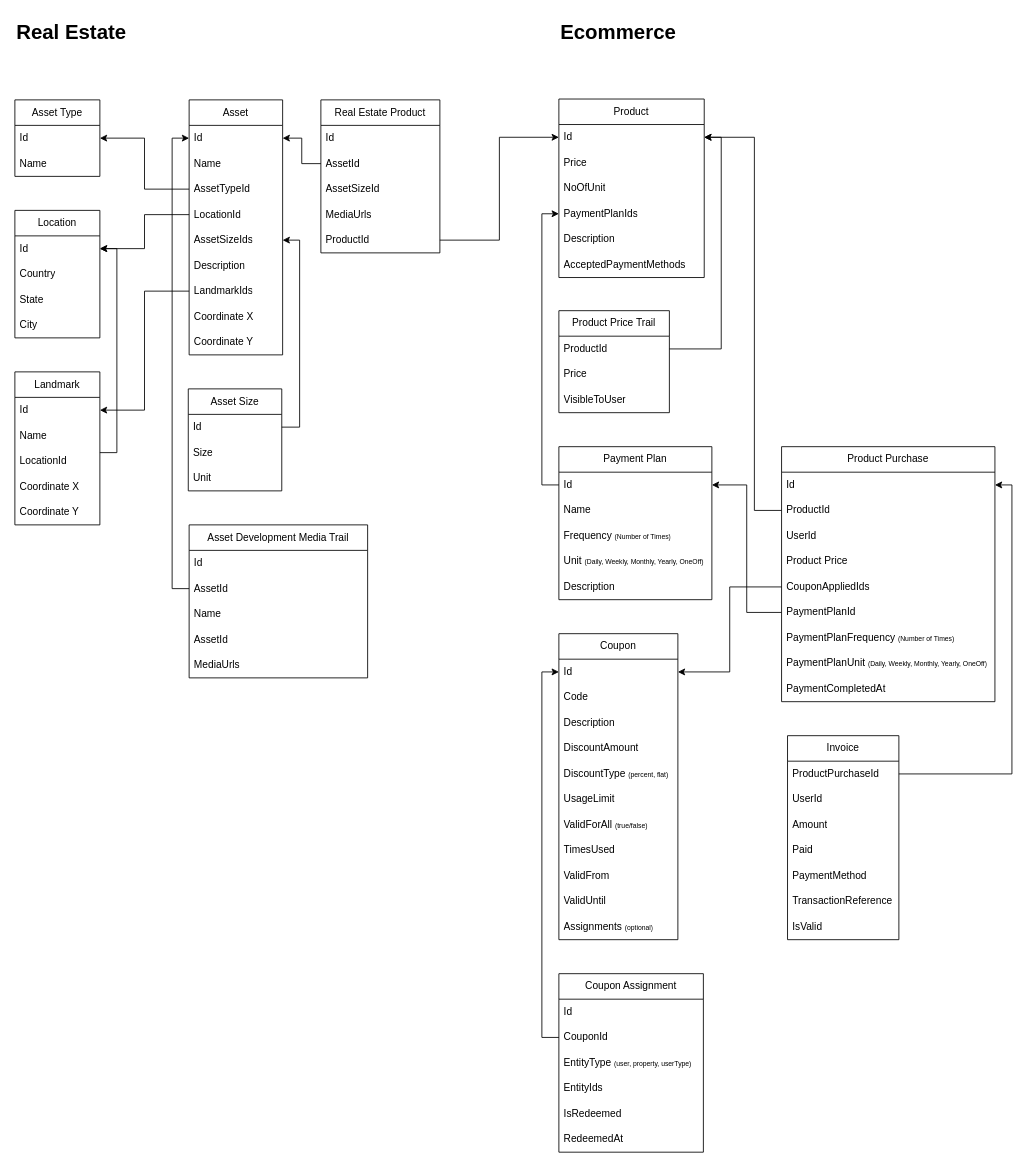
Before: sellperty.drawio in isaac-code/diagrams, a draw.io diagram. Source tidied: cells renumbered, new cells numbered last; positions are measured from the earlier drawing's top-left corner, leaving out a move shared by most shapes. Both pictures are drawn from the tidied source at 85%, with x=0, y=0 at pixel (14, 14).
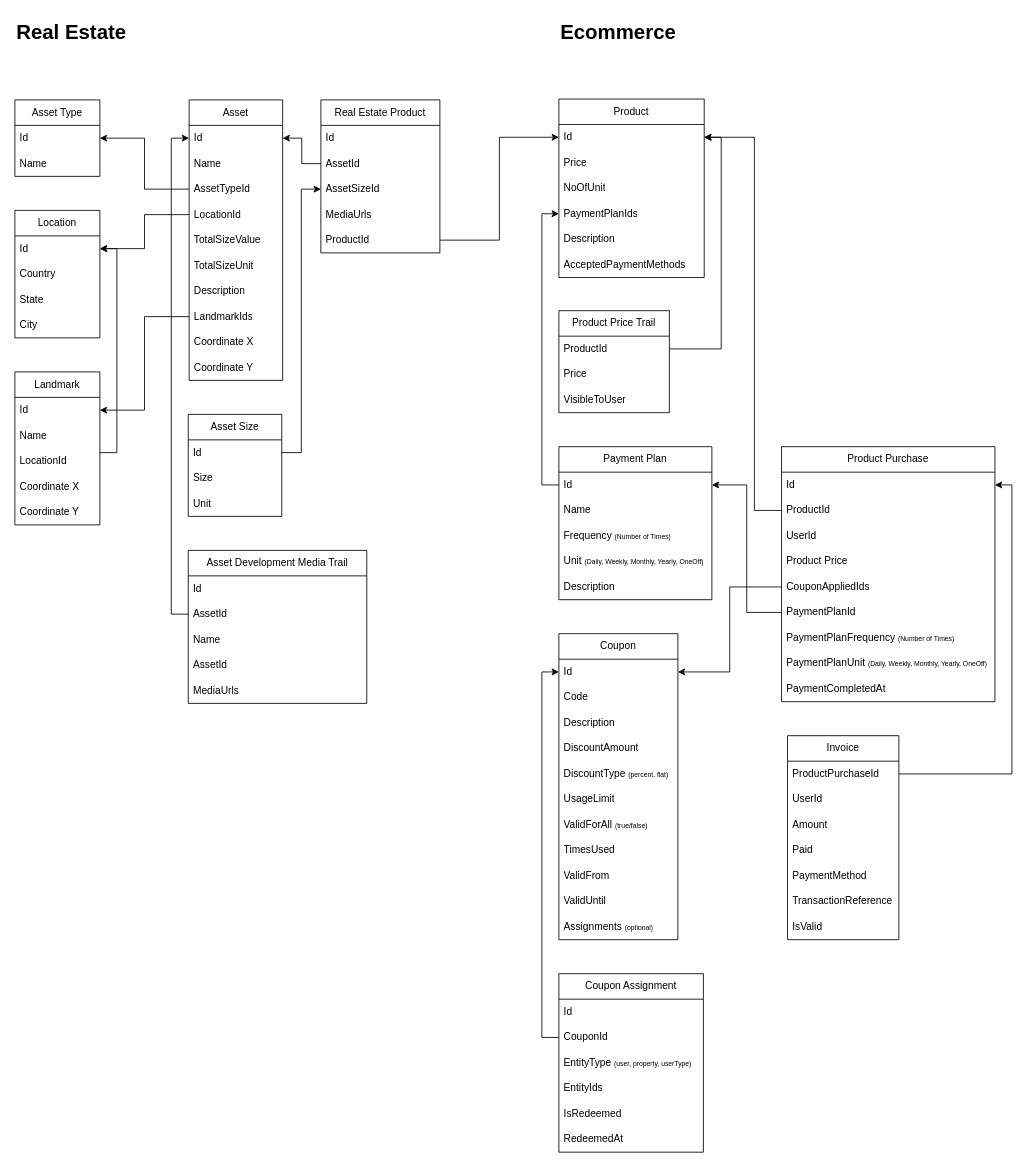
Above is the later version.

Commit message:
Add Total Size to Asset

Unchanged cells that the change refers to:
```xml
<mxCell id="21" value="Id" style="text;strokeColor=none;fillColor=none;align=left;verticalAlign=middle;spacingLeft=4;spacingRight=4;overflow=hidden;points=[[0,0.5],[1,0.5]];portConstraint=eastwest;whiteSpace=wrap;html=1;" parent="20" vertex="1">
  <mxGeometry y="30" width="110" height="30" as="geometry" />
</mxCell>
<mxCell id="95" value="AssetSizeId" style="text;strokeColor=none;fillColor=none;align=left;verticalAlign=middle;spacingLeft=4;spacingRight=4;overflow=hidden;points=[[0,0.5],[1,0.5]];portConstraint=eastwest;whiteSpace=wrap;html=1;" parent="92" vertex="1">
  <mxGeometry y="90" width="140" height="30" as="geometry" />
</mxCell>
```

The edit, as a diff of the source:
```diff
@@
     <mxCell id="5" value="Asset" style="swimlane;fontStyle=0;horizontal=1;startSize=30;whiteSpace=wrap;html=1;" parent="1" vertex="1">
-      <mxGeometry x="205" y="100" width="110" height="300" as="geometry" />
+      <mxGeometry x="205" y="100" width="110" height="330" as="geometry" />
     </mxCell>
@@
-    <mxCell id="10" value="AssetSizeIds" style="text;strokeColor=none;fillColor=none;align=left;verticalAlign=middle;spacingLeft=4;spacingRight=4;overflow=hidden;points=[[0,0.5],[1,0.5]];portConstraint=eastwest;whiteSpace=wrap;html=1;" parent="5" vertex="1">
-      <mxGeometry y="150" width="110" height="30" as="geometry" />
-    </mxCell>
+    <mxCell id="113" value="TotalSizeValue" style="text;strokeColor=none;fillColor=none;align=left;verticalAlign=middle;spacingLeft=4;spacingRight=4;overflow=hidden;whiteSpace=wrap;html=1;" parent="5" vertex="1">
+      <mxGeometry y="150" width="110" height="30" as="geometry" />
+    </mxCell>
+    <mxCell id="114" value="TotalSizeUnit" style="text;strokeColor=none;fillColor=none;align=left;verticalAlign=middle;spacingLeft=4;spacingRight=4;overflow=hidden;whiteSpace=wrap;html=1;" parent="5" vertex="1">
+      <mxGeometry y="180" width="110" height="30" as="geometry" />
+    </mxCell>
     <mxCell id="11" value="Description" style="text;strokeColor=none;fillColor=none;align=left;verticalAlign=middle;spacingLeft=4;spacingRight=4;overflow=hidden;whiteSpace=wrap;html=1;" parent="5" vertex="1">
-      <mxGeometry y="180" width="110" height="30" as="geometry" />
+      <mxGeometry y="210" width="110" height="30" as="geometry" />
     </mxCell>
     <mxCell id="12" value="LandmarkIds" style="text;strokeColor=none;fillColor=none;align=left;verticalAlign=middle;spacingLeft=4;spacingRight=4;overflow=hidden;points=[[0,0.5],[1,0.5]];portConstraint=eastwest;whiteSpace=wrap;html=1;" parent="5" vertex="1">
-      <mxGeometry y="210" width="110" height="30" as="geometry" />
+      <mxGeometry y="240" width="110" height="30" as="geometry" />
     </mxCell>
     <mxCell id="13" value="Coordinate X" style="text;strokeColor=none;fillColor=none;align=left;verticalAlign=middle;spacingLeft=4;spacingRight=4;overflow=hidden;whiteSpace=wrap;html=1;" parent="5" vertex="1">
-      <mxGeometry y="240" width="110" height="30" as="geometry" />
+      <mxGeometry y="270" width="110" height="30" as="geometry" />
     </mxCell>
     <mxCell id="14" value="Coordinate Y" style="text;strokeColor=none;fillColor=none;align=left;verticalAlign=middle;spacingLeft=4;spacingRight=4;overflow=hidden;whiteSpace=wrap;html=1;" parent="5" vertex="1">
-      <mxGeometry y="270" width="110" height="30" as="geometry" />
+      <mxGeometry y="300" width="110" height="30" as="geometry" />
     </mxCell>
@@
     <mxCell id="20" value="Asset Size" style="swimlane;fontStyle=0;horizontal=1;startSize=30;whiteSpace=wrap;html=1;" parent="1" vertex="1">
-      <mxGeometry x="204" y="440" width="110" height="120" as="geometry" />
+      <mxGeometry x="204" y="470" width="110" height="120" as="geometry" />
     </mxCell>
@@
-    <mxCell id="98" style="edgeStyle=orthogonalEdgeStyle;rounded=0;jettySize=auto;html=1;entryX=1;entryY=0.5;entryDx=0;entryDy=0;" parent="1" edge="1" source="21" target="10">
-      <mxGeometry relative="1" as="geometry" />
-    </mxCell>
@@
     <mxCell id="102" value="Asset Development Media Trail" style="swimlane;fontStyle=0;horizontal=1;startSize=30;whiteSpace=wrap;html=1;" parent="1" vertex="1">
-      <mxGeometry x="205" y="600" width="210" height="180" as="geometry" />
+      <mxGeometry x="204" y="630" width="210" height="180" as="geometry" />
     </mxCell>
@@
+    <mxCell id="115" style="edgeStyle=orthogonalEdgeStyle;rounded=0;jettySize=auto;html=1;entryX=0;entryY=0.5;entryDx=0;entryDy=0;" parent="1" edge="1" source="21" target="95">
+      <mxGeometry relative="1" as="geometry" />
+    </mxCell>
```
